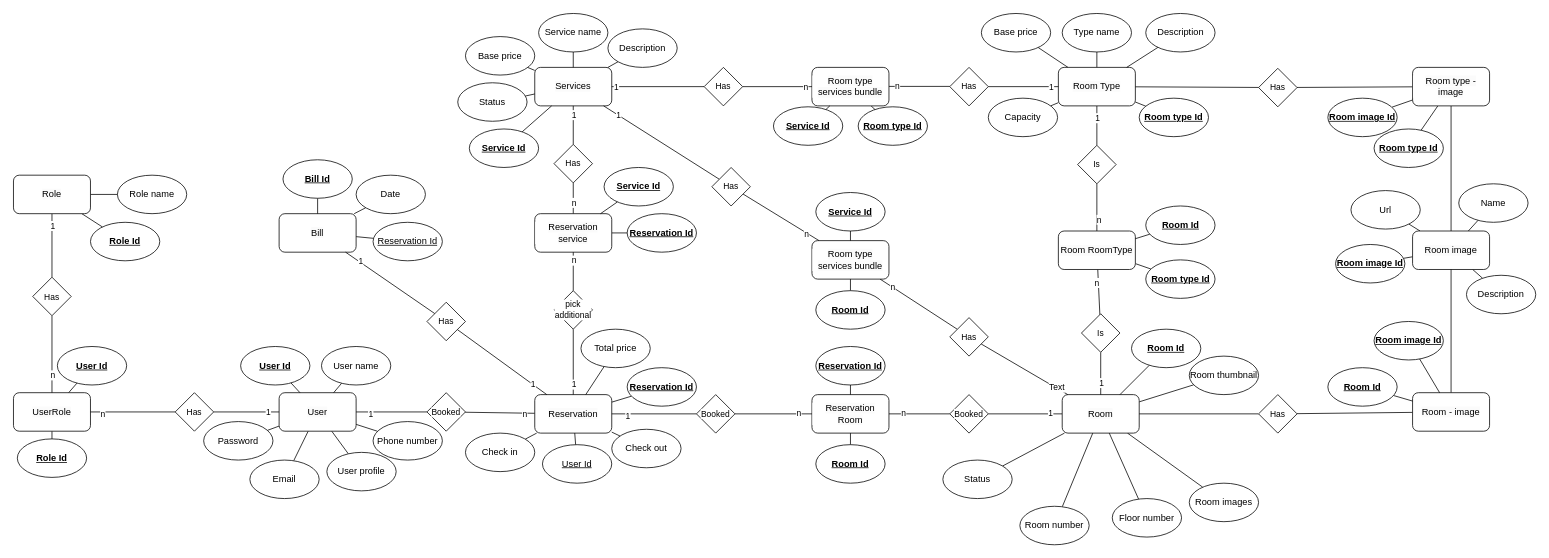
Earlier version of the draw.io diagram doc/ER-Hotel-Management.drawio (HoangDepTraiBoDoiThe/HotelManagement). Source tidied: cells renumbered, new cells numbered last; positions are measured from the earlier drawing's top-left corner, leaving out a move shared by most shapes. Both pictures are drawn from the tidied source at 77%, with x=0, y=0 at pixel (13, 13).
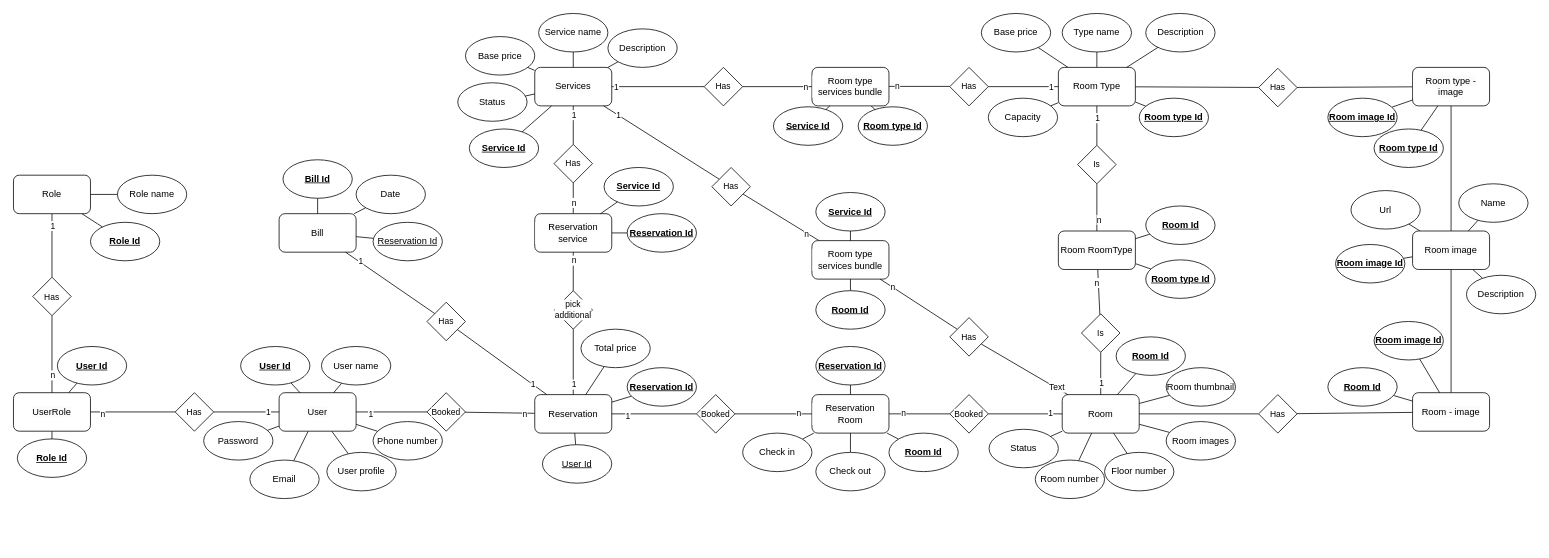
The same diagram, later.

Unchanged cells that the change refers to:
```xml
<mxCell id="40" value="&lt;span style=&quot;font-size: 12px; background-color: rgb(251, 251, 251);&quot;&gt;Reservation&lt;/span&gt;" style="rounded=1;whiteSpace=wrap;html=1;fontFamily=Helvetica;fontSize=11;fontColor=default;labelBackgroundColor=default;" parent="1" vertex="1">
  <mxGeometry x="677" y="495" width="100" height="50" as="geometry" />
</mxCell>
<mxCell id="125" value="&lt;span style=&quot;font-size: 12px; background-color: rgb(251, 251, 251);&quot;&gt;Reservation Room&lt;/span&gt;" style="rounded=1;whiteSpace=wrap;html=1;fontFamily=Helvetica;fontSize=11;fontColor=default;labelBackgroundColor=default;" parent="1" vertex="1">
  <mxGeometry x="1037" y="495" width="100" height="50" as="geometry" />
</mxCell>
```

Diff of the diagram source:
```diff
@@
-    <mxCell id="35" style="edgeStyle=none;shape=connector;rounded=0;jettySize=auto;html=1;strokeColor=default;align=center;verticalAlign=middle;fontFamily=Helvetica;fontSize=11;fontColor=default;labelBackgroundColor=default;endArrow=none;endFill=0;" parent="1" edge="1" source="40" target="42">
+    <mxCell id="35" style="edgeStyle=none;shape=connector;rounded=0;jettySize=auto;html=1;strokeColor=default;align=center;verticalAlign=middle;fontFamily=Helvetica;fontSize=11;fontColor=default;labelBackgroundColor=default;endArrow=none;endFill=0;" parent="1" edge="1" source="125" target="42">
       <mxGeometry relative="1" as="geometry" />
     </mxCell>
-    <mxCell id="36" style="edgeStyle=none;shape=connector;rounded=0;jettySize=auto;html=1;strokeColor=default;align=center;verticalAlign=middle;fontFamily=Helvetica;fontSize=11;fontColor=default;labelBackgroundColor=default;endArrow=none;endFill=0;" parent="1" edge="1" source="40" target="43">
+    <mxCell id="36" style="edgeStyle=none;shape=connector;rounded=0;jettySize=auto;html=1;strokeColor=default;align=center;verticalAlign=middle;fontFamily=Helvetica;fontSize=11;fontColor=default;labelBackgroundColor=default;endArrow=none;endFill=0;" parent="1" edge="1" source="125" target="43">
       <mxGeometry relative="1" as="geometry" />
     </mxCell>
@@
     <mxCell id="42" value="Check in" style="ellipse;whiteSpace=wrap;html=1;fontStyle=0;" parent="1" vertex="1">
-      <mxGeometry x="587" y="545" width="90" height="50" as="geometry" />
+      <mxGeometry x="947" y="545" width="90" height="50" as="geometry" />
     </mxCell>
     <mxCell id="43" value="Check out" style="ellipse;whiteSpace=wrap;html=1;fontStyle=0;" parent="1" vertex="1">
-      <mxGeometry x="777" y="540" width="90" height="50" as="geometry" />
+      <mxGeometry x="1042" y="570" width="90" height="50" as="geometry" />
     </mxCell>
@@
     <mxCell id="61" value="Room Id" style="ellipse;whiteSpace=wrap;html=1;fontStyle=5;" parent="1" vertex="1">
-      <mxGeometry x="1452" y="410" width="90" height="50" as="geometry" />
+      <mxGeometry x="1432" y="420" width="90" height="50" as="geometry" />
     </mxCell>
     <mxCell id="62" value="Room number" style="ellipse;whiteSpace=wrap;html=1;fontStyle=0;" parent="1" vertex="1">
-      <mxGeometry x="1307" y="640" width="90" height="50" as="geometry" />
+      <mxGeometry x="1327" y="580" width="90" height="50" as="geometry" />
     </mxCell>
@@
     <mxCell id="71" value="Floor number" style="ellipse;whiteSpace=wrap;html=1;fontStyle=0;" parent="1" vertex="1">
-      <mxGeometry x="1427" y="630" width="90" height="50" as="geometry" />
+      <mxGeometry x="1417" y="570" width="90" height="50" as="geometry" />
     </mxCell>
     <mxCell id="72" value="Status" style="ellipse;whiteSpace=wrap;html=1;fontStyle=0;" parent="1" vertex="1">
-      <mxGeometry x="1207" y="580" width="90" height="50" as="geometry" />
+      <mxGeometry x="1267" y="540" width="90" height="50" as="geometry" />
     </mxCell>
@@
     <mxCell id="131" value="Room Id" style="ellipse;whiteSpace=wrap;html=1;fontStyle=5;" parent="1" vertex="1">
-      <mxGeometry x="1042" y="560" width="90" height="50" as="geometry" />
+      <mxGeometry x="1137" y="545" width="90" height="50" as="geometry" />
     </mxCell>
@@
     <mxCell id="157" value="Room images" style="ellipse;whiteSpace=wrap;html=1;fontStyle=0;" parent="1" vertex="1">
-      <mxGeometry x="1527" y="610" width="90" height="50" as="geometry" />
+      <mxGeometry x="1497" y="530" width="90" height="50" as="geometry" />
     </mxCell>
     <mxCell id="158" value="Room thumbnail" style="ellipse;whiteSpace=wrap;html=1;fontStyle=0;" parent="1" vertex="1">
-      <mxGeometry x="1527" y="445" width="90" height="50" as="geometry" />
+      <mxGeometry x="1497" y="460" width="90" height="50" as="geometry" />
     </mxCell>
```
